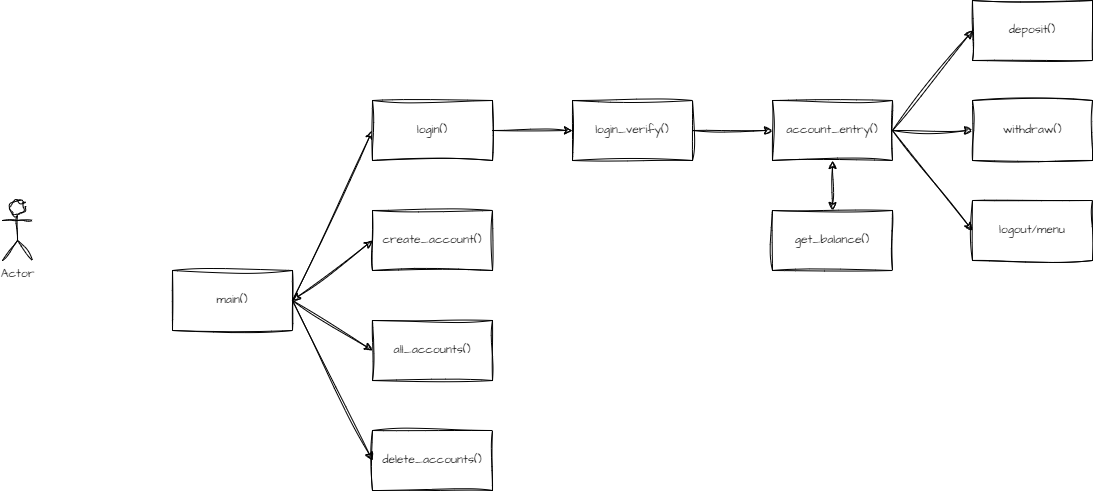
Earlier version of the draw.io export BankDemoMenuStructure.png (aquialb1/Bank-Demo). Source tidied: cells renumbered, new cells last; positions are measured from the earlier drawing's top-left corner, leaving out a move shared by most shapes. The source it was exported from:
```xml
<mxGraphModel>
  <root>
    <mxCell id="0" />
    <mxCell id="1" parent="0" />
    <mxCell id="2" value="main()" style="rounded=0;whiteSpace=wrap;html=1;sketch=1;hachureGap=4;jiggle=2;curveFitting=1;fontFamily=Architects Daughter;fontSource=https%3A%2F%2Ffonts.googleapis.com%2Fcss%3Ffamily%3DArchitects%2BDaughter;fillColor=default;" parent="1" vertex="1">
      <mxGeometry x="170" y="270" width="120" height="60" as="geometry" />
    </mxCell>
    <mxCell id="3" style="endArrow=classic;html=1;rounded=0;sketch=1;hachureGap=4;jiggle=2;curveFitting=1;fontFamily=Architects Daughter;fontSource=https%3A%2F%2Ffonts.googleapis.com%2Fcss%3Ffamily%3DArchitects%2BDaughter;exitX=1;exitY=0.5;exitDx=0;exitDy=0;entryX=0;entryY=0.5;entryDx=0;entryDy=0;" parent="1" edge="1" source="2" target="4">
      <mxGeometry relative="1" as="geometry" />
    </mxCell>
    <mxCell id="4" value="login()" style="rounded=0;whiteSpace=wrap;html=1;sketch=1;hachureGap=4;jiggle=2;curveFitting=1;fontFamily=Architects Daughter;fontSource=https%3A%2F%2Ffonts.googleapis.com%2Fcss%3Ffamily%3DArchitects%2BDaughter;" parent="1" vertex="1">
      <mxGeometry x="370" y="100" width="120" height="60" as="geometry" />
    </mxCell>
    <mxCell id="5" value="create_account()" style="rounded=0;whiteSpace=wrap;html=1;sketch=1;hachureGap=4;jiggle=2;curveFitting=1;fontFamily=Architects Daughter;fontSource=https%3A%2F%2Ffonts.googleapis.com%2Fcss%3Ffamily%3DArchitects%2BDaughter;" parent="1" vertex="1">
      <mxGeometry x="370" y="210" width="120" height="60" as="geometry" />
    </mxCell>
    <mxCell id="6" value="all_accounts()" style="rounded=0;whiteSpace=wrap;html=1;sketch=1;hachureGap=4;jiggle=2;curveFitting=1;fontFamily=Architects Daughter;fontSource=https%3A%2F%2Ffonts.googleapis.com%2Fcss%3Ffamily%3DArchitects%2BDaughter;" parent="1" vertex="1">
      <mxGeometry x="370" y="320" width="120" height="60" as="geometry" />
    </mxCell>
    <mxCell id="7" value="delete_accounts()" style="rounded=0;whiteSpace=wrap;html=1;sketch=1;hachureGap=4;jiggle=2;curveFitting=1;fontFamily=Architects Daughter;fontSource=https%3A%2F%2Ffonts.googleapis.com%2Fcss%3Ffamily%3DArchitects%2BDaughter;" parent="1" vertex="1">
      <mxGeometry x="370" y="430" width="120" height="60" as="geometry" />
    </mxCell>
    <mxCell id="8" style="endArrow=classic;html=1;rounded=0;sketch=1;hachureGap=4;jiggle=2;curveFitting=1;fontFamily=Architects Daughter;fontSource=https%3A%2F%2Ffonts.googleapis.com%2Fcss%3Ffamily%3DArchitects%2BDaughter;exitX=1;exitY=0.5;exitDx=0;exitDy=0;entryX=0;entryY=0.5;entryDx=0;entryDy=0;startArrow=classic;startFill=1;" parent="1" edge="1" source="2" target="5">
      <mxGeometry relative="1" as="geometry" />
    </mxCell>
    <mxCell id="9" style="endArrow=classic;html=1;rounded=0;sketch=1;hachureGap=4;jiggle=2;curveFitting=1;fontFamily=Architects Daughter;fontSource=https%3A%2F%2Ffonts.googleapis.com%2Fcss%3Ffamily%3DArchitects%2BDaughter;exitX=1;exitY=0.5;exitDx=0;exitDy=0;entryX=0;entryY=0.5;entryDx=0;entryDy=0;" parent="1" edge="1" source="2" target="6">
      <mxGeometry relative="1" as="geometry" />
    </mxCell>
    <mxCell id="10" style="endArrow=classic;html=1;rounded=0;hachureGap=4;fontFamily=Architects Daughter;fontSource=https%3A%2F%2Ffonts.googleapis.com%2Fcss%3Ffamily%3DArchitects%2BDaughter;exitX=1;exitY=0.5;exitDx=0;exitDy=0;entryX=0;entryY=0.5;entryDx=0;entryDy=0;shadow=0;flowAnimation=0;sketch=1;curveFitting=1;jiggle=2;startArrow=none;startFill=0;" parent="1" edge="1" source="2" target="7">
      <mxGeometry relative="1" as="geometry" />
    </mxCell>
    <mxCell id="11" value="login_verify()" style="rounded=0;whiteSpace=wrap;html=1;sketch=1;hachureGap=4;jiggle=2;curveFitting=1;fontFamily=Architects Daughter;fontSource=https%3A%2F%2Ffonts.googleapis.com%2Fcss%3Ffamily%3DArchitects%2BDaughter;" parent="1" vertex="1">
      <mxGeometry x="570" y="100" width="120" height="60" as="geometry" />
    </mxCell>
    <mxCell id="12" style="endArrow=classic;html=1;rounded=0;sketch=1;hachureGap=4;jiggle=2;curveFitting=1;fontFamily=Architects Daughter;fontSource=https%3A%2F%2Ffonts.googleapis.com%2Fcss%3Ffamily%3DArchitects%2BDaughter;exitX=1;exitY=0.5;exitDx=0;exitDy=0;entryX=0;entryY=0.5;entryDx=0;entryDy=0;" parent="1" edge="1" source="4" target="11">
      <mxGeometry relative="1" as="geometry" />
    </mxCell>
    <mxCell id="13" value="account_entry()" style="rounded=0;whiteSpace=wrap;html=1;sketch=1;hachureGap=4;jiggle=2;curveFitting=1;fontFamily=Architects Daughter;fontSource=https%3A%2F%2Ffonts.googleapis.com%2Fcss%3Ffamily%3DArchitects%2BDaughter;" parent="1" vertex="1">
      <mxGeometry x="770" y="100" width="120" height="60" as="geometry" />
    </mxCell>
    <mxCell id="14" style="endArrow=classic;html=1;rounded=0;sketch=1;hachureGap=4;jiggle=2;curveFitting=1;fontFamily=Architects Daughter;fontSource=https%3A%2F%2Ffonts.googleapis.com%2Fcss%3Ffamily%3DArchitects%2BDaughter;exitX=1;exitY=0.5;exitDx=0;exitDy=0;entryX=0;entryY=0.5;entryDx=0;entryDy=0;" parent="1" edge="1" source="11" target="13">
      <mxGeometry relative="1" as="geometry" />
    </mxCell>
    <mxCell id="15" value="deposit()" style="rounded=0;whiteSpace=wrap;html=1;sketch=1;hachureGap=4;jiggle=2;curveFitting=1;fontFamily=Architects Daughter;fontSource=https%3A%2F%2Ffonts.googleapis.com%2Fcss%3Ffamily%3DArchitects%2BDaughter;" parent="1" vertex="1">
      <mxGeometry x="970" width="120" height="60" as="geometry" />
    </mxCell>
    <mxCell id="16" style="endArrow=classic;html=1;rounded=0;sketch=1;hachureGap=4;jiggle=2;curveFitting=1;fontFamily=Architects Daughter;fontSource=https%3A%2F%2Ffonts.googleapis.com%2Fcss%3Ffamily%3DArchitects%2BDaughter;exitX=1;exitY=0.5;exitDx=0;exitDy=0;entryX=0;entryY=0.5;entryDx=0;entryDy=0;" parent="1" edge="1" source="13" target="15">
      <mxGeometry relative="1" as="geometry" />
    </mxCell>
    <mxCell id="17" value="withdraw()" style="rounded=0;whiteSpace=wrap;html=1;sketch=1;hachureGap=4;jiggle=2;curveFitting=1;fontFamily=Architects Daughter;fontSource=https%3A%2F%2Ffonts.googleapis.com%2Fcss%3Ffamily%3DArchitects%2BDaughter;" parent="1" vertex="1">
      <mxGeometry x="970" y="100" width="120" height="60" as="geometry" />
    </mxCell>
    <mxCell id="18" style="endArrow=classic;html=1;rounded=0;sketch=1;hachureGap=4;jiggle=2;curveFitting=1;fontFamily=Architects Daughter;fontSource=https%3A%2F%2Ffonts.googleapis.com%2Fcss%3Ffamily%3DArchitects%2BDaughter;exitX=1;exitY=0.5;exitDx=0;exitDy=0;entryX=0;entryY=0.5;entryDx=0;entryDy=0;" parent="1" edge="1" source="13" target="17">
      <mxGeometry relative="1" as="geometry" />
    </mxCell>
    <mxCell id="19" value="logout/menu" style="rounded=0;whiteSpace=wrap;html=1;sketch=1;hachureGap=4;jiggle=2;curveFitting=1;fontFamily=Architects Daughter;fontSource=https%3A%2F%2Ffonts.googleapis.com%2Fcss%3Ffamily%3DArchitects%2BDaughter;" parent="1" vertex="1">
      <mxGeometry x="970" y="200" width="120" height="60" as="geometry" />
    </mxCell>
    <mxCell id="20" style="endArrow=classic;html=1;rounded=0;sketch=1;hachureGap=4;jiggle=2;curveFitting=1;fontFamily=Architects Daughter;fontSource=https%3A%2F%2Ffonts.googleapis.com%2Fcss%3Ffamily%3DArchitects%2BDaughter;exitX=1;exitY=0.5;exitDx=0;exitDy=0;entryX=0;entryY=0.5;entryDx=0;entryDy=0;" parent="1" edge="1" source="13" target="19">
      <mxGeometry relative="1" as="geometry" />
    </mxCell>
    <mxCell id="21" value="get_balance()" style="rounded=0;whiteSpace=wrap;html=1;sketch=1;hachureGap=4;jiggle=2;curveFitting=1;fontFamily=Architects Daughter;fontSource=https%3A%2F%2Ffonts.googleapis.com%2Fcss%3Ffamily%3DArchitects%2BDaughter;" parent="1" vertex="1">
      <mxGeometry x="770" y="210" width="120" height="60" as="geometry" />
    </mxCell>
    <mxCell id="22" style="endArrow=classic;html=1;rounded=0;sketch=1;hachureGap=4;jiggle=2;curveFitting=1;fontFamily=Architects Daughter;fontSource=https%3A%2F%2Ffonts.googleapis.com%2Fcss%3Ffamily%3DArchitects%2BDaughter;exitX=0.5;exitY=1;exitDx=0;exitDy=0;entryX=0.5;entryY=0;entryDx=0;entryDy=0;startArrow=classic;startFill=1;" parent="1" edge="1" source="13" target="21">
      <mxGeometry relative="1" as="geometry" />
    </mxCell>
    <mxCell id="23" value="Actor" style="shape=umlActor;verticalLabelPosition=bottom;verticalAlign=top;html=1;outlineConnect=0;sketch=1;hachureGap=4;jiggle=2;curveFitting=1;fontFamily=Architects Daughter;fontSource=https%3A%2F%2Ffonts.googleapis.com%2Fcss%3Ffamily%3DArchitects%2BDaughter;" parent="1" vertex="1">
      <mxGeometry y="200" width="30" height="60" as="geometry" />
    </mxCell>
  </root>
</mxGraphModel>
```
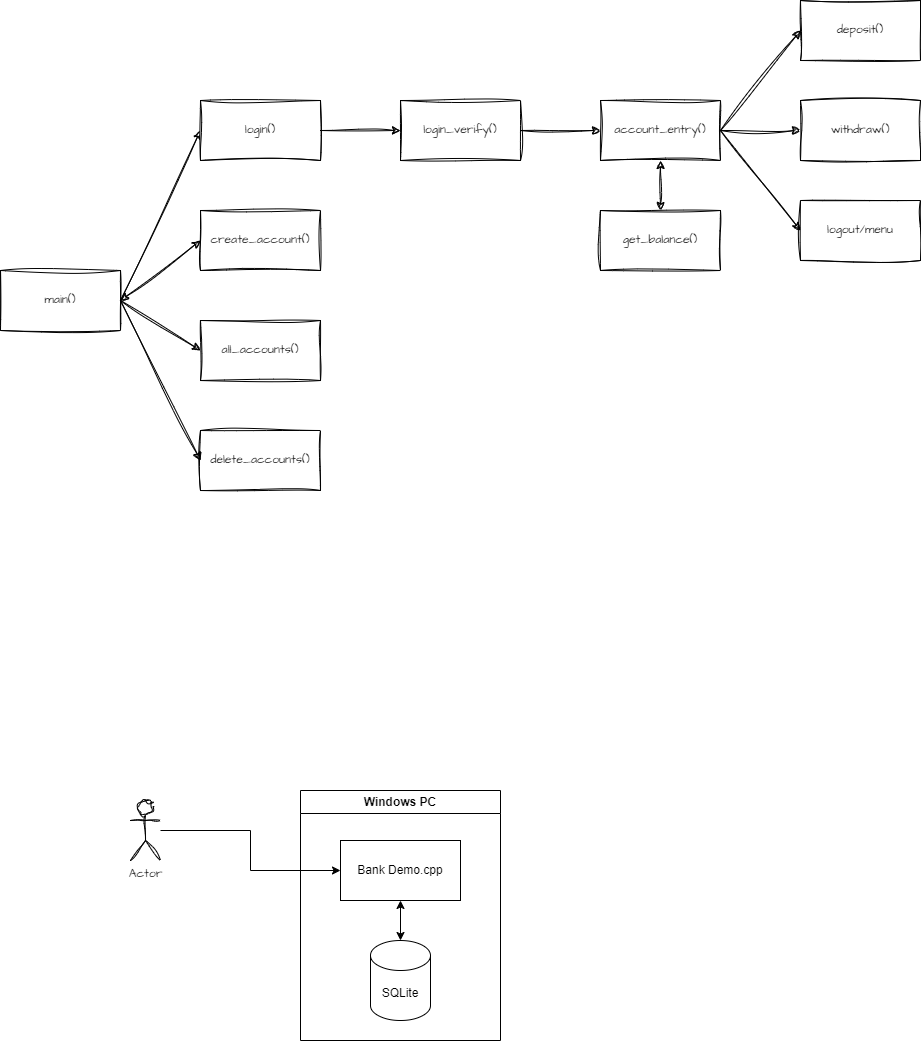
Above is the later version.

What changed in the source:
```diff
@@ -65,8 +65,23 @@
     <mxCell id="22" style="endArrow=classic;html=1;rounded=0;sketch=1;hachureGap=4;jiggle=2;curveFitting=1;fontFamily=Architects Daughter;fontSource=https%3A%2F%2Ffonts.googleapis.com%2Fcss%3Ffamily%3DArchitects%2BDaughter;exitX=0.5;exitY=1;exitDx=0;exitDy=0;entryX=0.5;entryY=0;entryDx=0;entryDy=0;startArrow=classic;startFill=1;" parent="1" edge="1" source="13" target="21">
       <mxGeometry relative="1" as="geometry" />
     </mxCell>
+    <mxCell id="24" style="edgeStyle=orthogonalEdgeStyle;rounded=0;jettySize=auto;html=1;entryX=0;entryY=0.5;entryDx=0;entryDy=0;" parent="1" edge="1" source="23" target="26">
+      <mxGeometry relative="1" as="geometry" />
+    </mxCell>
     <mxCell id="23" value="Actor" style="shape=umlActor;verticalLabelPosition=bottom;verticalAlign=top;html=1;outlineConnect=0;sketch=1;hachureGap=4;jiggle=2;curveFitting=1;fontFamily=Architects Daughter;fontSource=https%3A%2F%2Ffonts.googleapis.com%2Fcss%3Ffamily%3DArchitects%2BDaughter;" parent="1" vertex="1">
-      <mxGeometry y="200" width="30" height="60" as="geometry" />
+      <mxGeometry x="300" y="800" width="30" height="60" as="geometry" />
     </mxCell>
+    <mxCell id="25" value="Windows PC" style="swimlane;whiteSpace=wrap;html=1;" parent="1" vertex="1">
+      <mxGeometry x="470" y="790" width="200" height="250" as="geometry" />
+    </mxCell>
+    <mxCell id="26" value="Bank Demo.cpp" style="rounded=0;whiteSpace=wrap;html=1;" parent="25" vertex="1">
+      <mxGeometry x="40" y="50" width="120" height="60" as="geometry" />
+    </mxCell>
+    <mxCell id="27" value="SQLite" style="shape=cylinder3;whiteSpace=wrap;html=1;boundedLbl=1;backgroundOutline=1;size=15;" parent="25" vertex="1">
+      <mxGeometry x="70" y="150" width="60" height="80" as="geometry" />
+    </mxCell>
+    <mxCell id="28" style="edgeStyle=orthogonalEdgeStyle;rounded=0;jettySize=auto;html=1;entryX=0.5;entryY=0;entryDx=0;entryDy=0;entryPerimeter=0;startArrow=classic;startFill=1;" parent="25" edge="1" source="26" target="27">
+      <mxGeometry relative="1" as="geometry" />
+    </mxCell>
   </root>
 </mxGraphModel>
```
